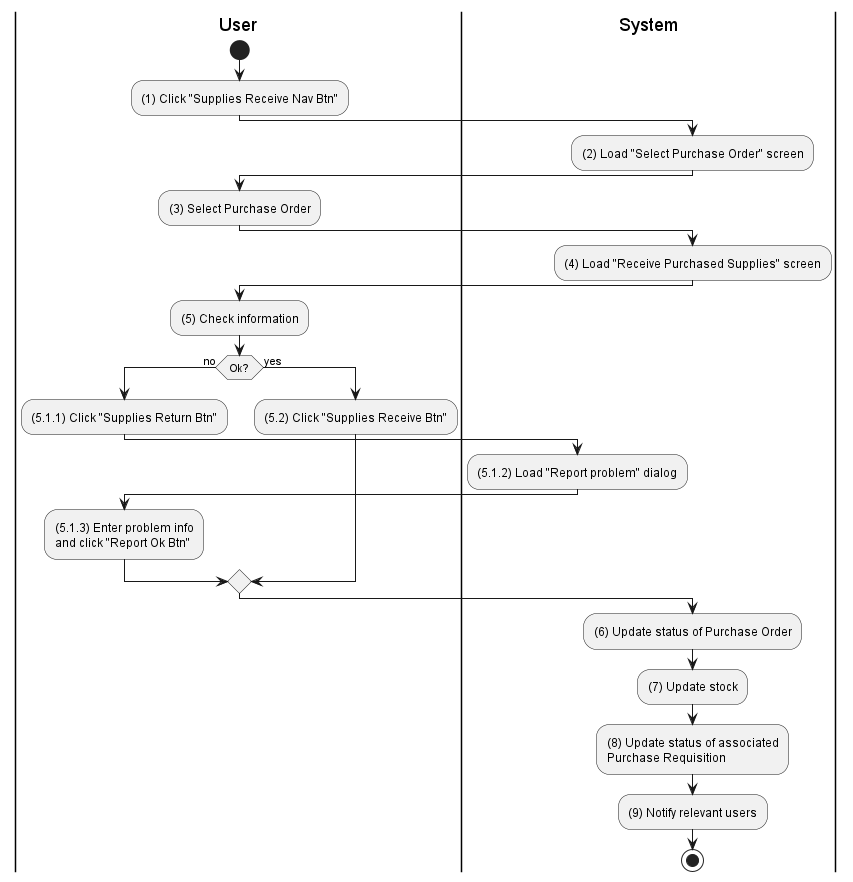
This is activities/inventory-supply-receive.png from phihungha/scmss-reqs, a PlantUML export, as it was before one commit.
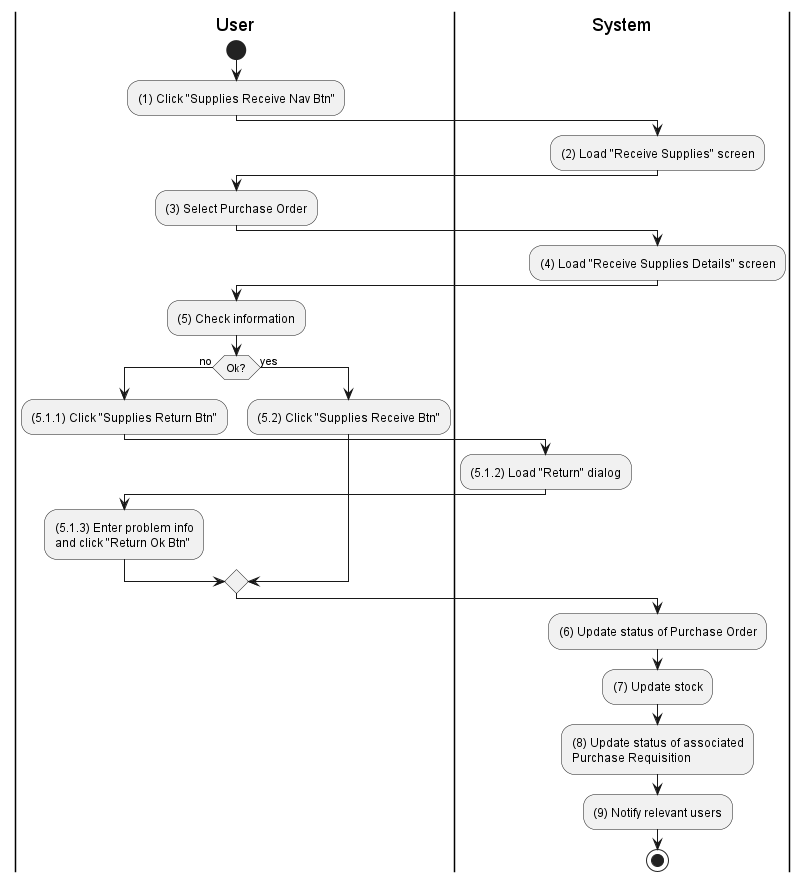
After the commit.

What changed in the source:
```diff
@@ -7,13 +7,13 @@
 :(1) Click "Supplies Receive Nav Btn";
 
 |s|
-:(2) Load "Select Purchase Order" screen;
+:(2) Load "Receive Supplies" screen;
 
 |u|
 :(3) Select Purchase Order;
 
 |s|
-:(4) Load "Receive Purchased Supplies" screen;
+:(4) Load "Receive Supplies Details" screen;
 
 |u|
 :(5) Check information;
@@ -23,10 +23,10 @@
     :(5.1.1) Click "Supplies Return Btn";
 
     |s|
-    :(5.1.2) Load "Report problem" dialog;
+    :(5.1.2) Load "Return" dialog;
 
     |u|
-    :(5.1.3) Enter problem info\nand click "Report Ok Btn";
+    :(5.1.3) Enter problem info\nand click "Return Ok Btn";
 else (yes)
     |u|
     :(5.2) Click "Supplies Receive Btn";
```
